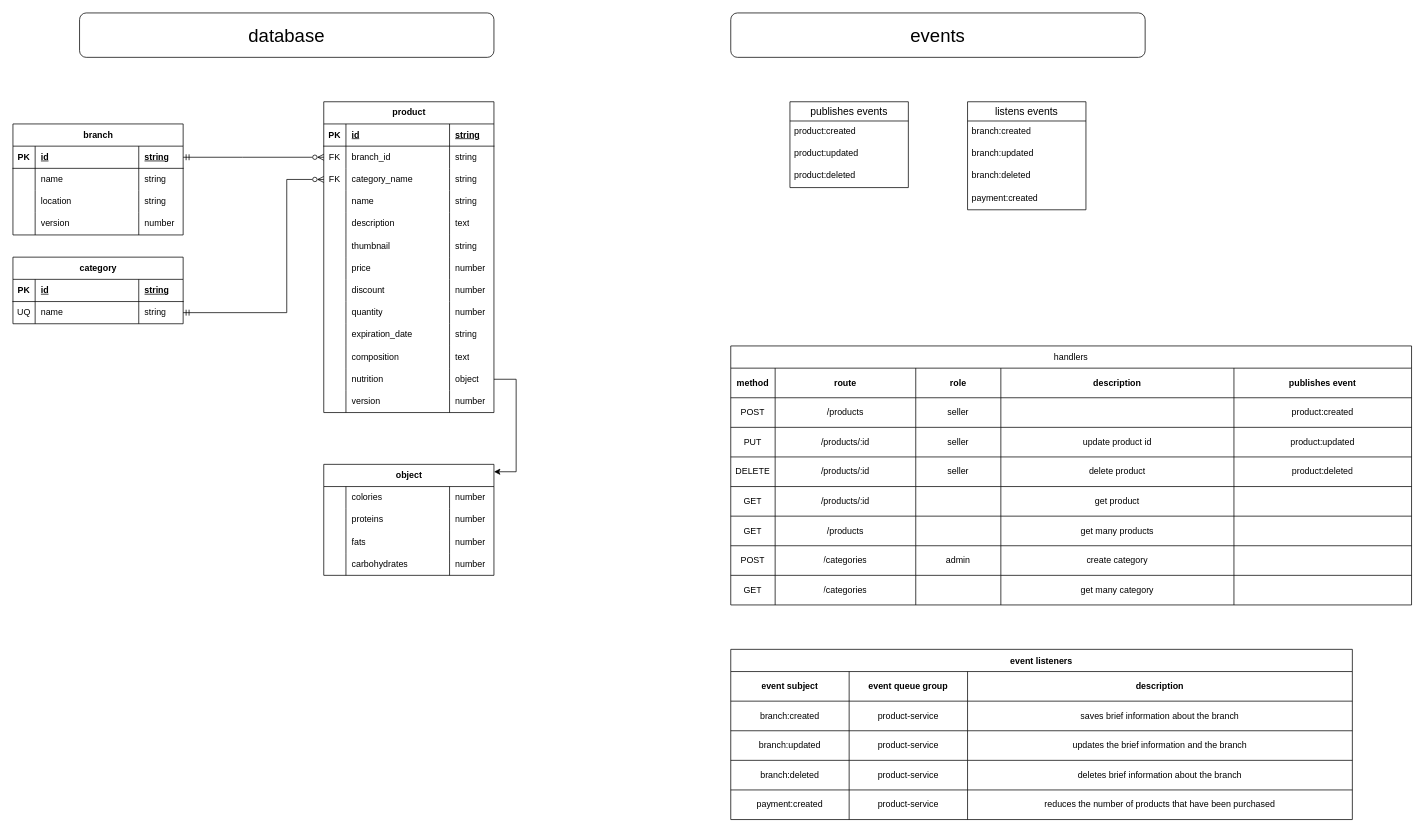
Above: page "product" (8 of 11) of app.drawio in ernurQ/eat-web-diagrams (draw.io), before the change. Source tidied: cells renumbered, new cells numbered last; positions are measured from the earlier drawing's top-left corner, leaving out a move shared by most shapes. Both pictures are drawn from the tidied source at 74%, with x=0, y=0 at pixel (13, 13).
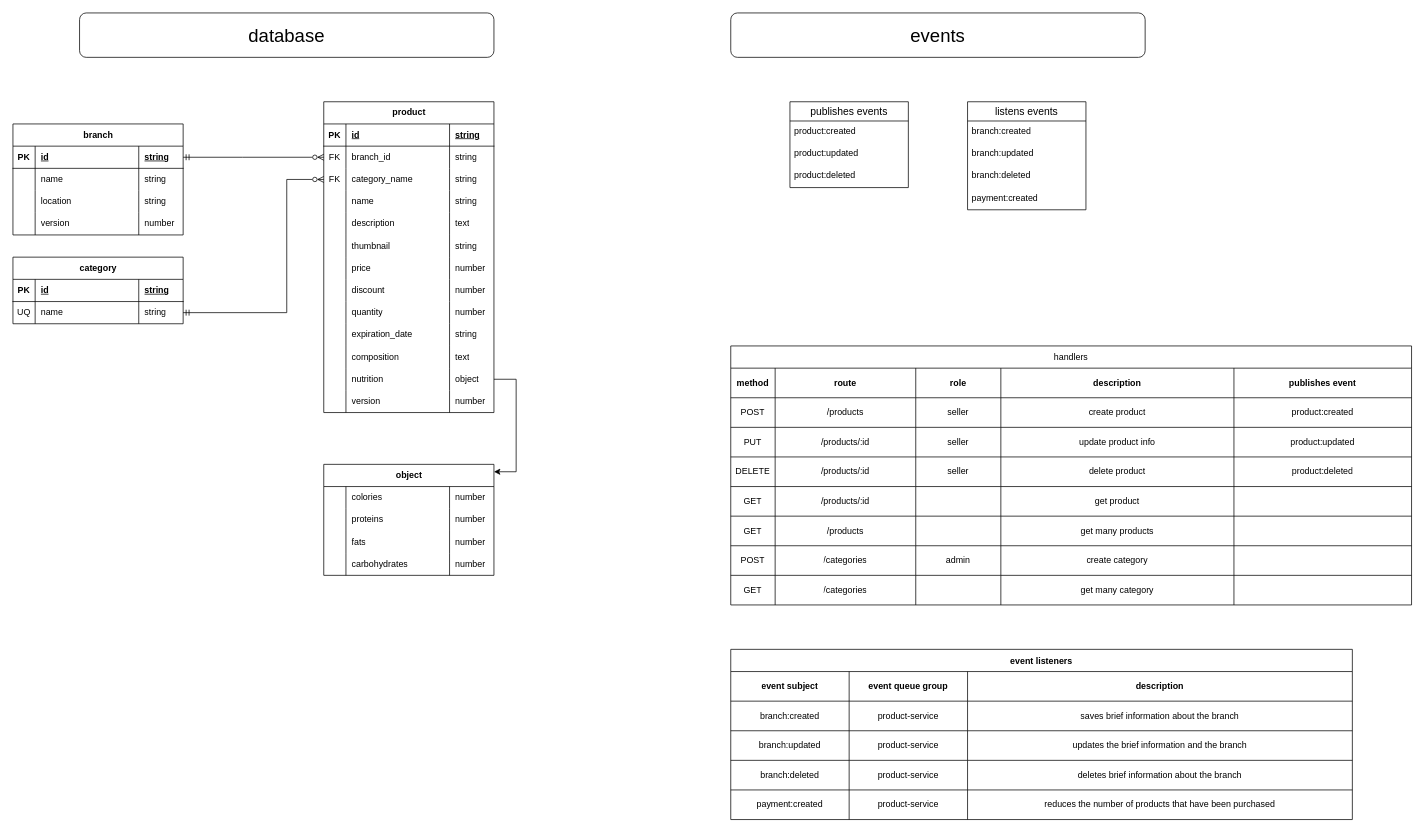
Above is the later version.

The change refers to these unchanged cells:
```xml
<mxCell id="119" style="shape=tableRow;horizontal=0;startSize=0;swimlaneHead=0;swimlaneBody=0;strokeColor=inherit;top=0;left=0;bottom=0;right=0;fillColor=none;fontSize=12;" parent="112" vertex="1">
  <mxGeometry y="70" width="920" height="40" as="geometry" />
</mxCell>
<mxCell id="125" style="shape=tableRow;horizontal=0;startSize=0;swimlaneHead=0;swimlaneBody=0;strokeColor=inherit;top=0;left=0;bottom=0;right=0;fillColor=none;fontSize=12;" parent="112" vertex="1">
  <mxGeometry y="110" width="920" height="40" as="geometry" />
</mxCell>
```

Change to the diagram source:
```diff
@@
-    <mxCell id="123" value="&amp;nbsp;" style="shape=partialRectangle;html=1;whiteSpace=wrap;strokeColor=inherit;overflow=hidden;fillColor=none;top=0;left=0;bottom=0;right=0;fontSize=12;" parent="119" vertex="1">
+    <mxCell id="123" value="create product" style="shape=partialRectangle;html=1;whiteSpace=wrap;strokeColor=inherit;overflow=hidden;fillColor=none;top=0;left=0;bottom=0;right=0;fontSize=12;" parent="119" vertex="1">
       <mxGeometry x="365" width="315" height="40" as="geometry" />
     </mxCell>
@@
-    <mxCell id="129" value="update product id" style="shape=partialRectangle;html=1;whiteSpace=wrap;strokeColor=inherit;overflow=hidden;fillColor=none;top=0;left=0;bottom=0;right=0;fontSize=12;" parent="125" vertex="1">
+    <mxCell id="129" value="update product info" style="shape=partialRectangle;html=1;whiteSpace=wrap;strokeColor=inherit;overflow=hidden;fillColor=none;top=0;left=0;bottom=0;right=0;fontSize=12;" parent="125" vertex="1">
       <mxGeometry x="365" width="315" height="40" as="geometry" />
     </mxCell>
```
